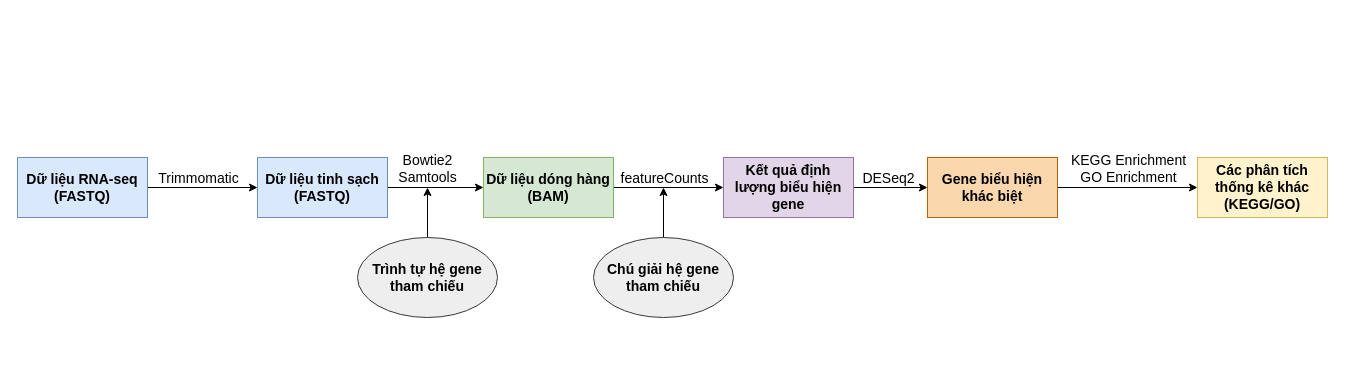
Before: Biểu đồ không có tiêu đề.drawio in Pinballdat/bio-project, a draw.io diagram. Source tidied: cells renumbered, new cells numbered last; positions are measured from the earlier drawing's top-left corner, leaving out a move shared by most shapes. Both pictures are drawn from the tidied source at 100%, with x=0, y=0 at pixel (17, 157).
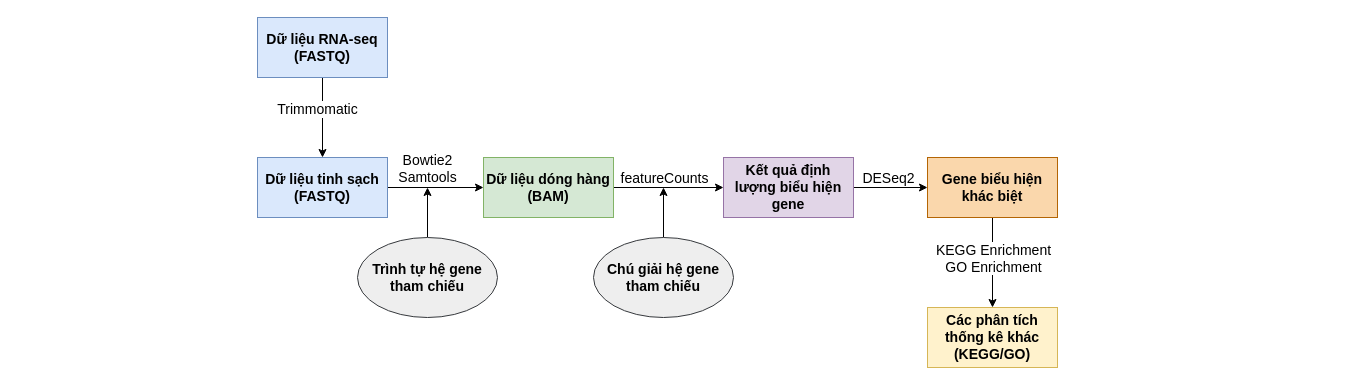
The same diagram, later.

Commit message:
Cập nhật Biểu đồ không có tiêu đề.drawio

The change refers to these unchanged cells:
```xml
<mxCell id="6" value="&lt;font style=&quot;font-size: 14px;&quot;&gt;&lt;font style=&quot;&quot;&gt;&lt;b&gt;Dữ liệu tinh sạch (FASTQ)&lt;/b&gt;&lt;/font&gt;&lt;/font&gt;" style="rounded=0;whiteSpace=wrap;html=1;strokeColor=#6c8ebf;align=center;verticalAlign=middle;fontFamily=Helvetica;fontSize=12;fillColor=#dae8fc;" parent="1" vertex="1">
  <mxGeometry x="240" width="130" height="60" as="geometry" />
</mxCell>
<mxCell id="17" value="&lt;span style=&quot;font-size: 14px;&quot;&gt;&lt;b&gt;Gene biểu hiện khác biệt&lt;/b&gt;&lt;/span&gt;" style="rounded=0;whiteSpace=wrap;html=1;strokeColor=#b46504;align=center;verticalAlign=middle;fontFamily=Helvetica;fontSize=12;fillColor=#fad7ac;" parent="1" vertex="1">
  <mxGeometry x="910" width="130" height="60" as="geometry" />
</mxCell>
```

The edit, as a diff of the source:
```diff
@@
-    <mxCell id="15" style="edgeStyle=orthogonalEdgeStyle;rounded=0;jettySize=auto;html=1;entryX=0;entryY=0.5;entryDx=0;entryDy=0;" parent="1" edge="1" source="17" target="18">
+    <mxCell id="15" style="edgeStyle=orthogonalEdgeStyle;rounded=0;jettySize=auto;html=1;entryX=0.5;entryY=0;entryDx=0;entryDy=0;" parent="1" edge="1" source="17" target="18">
       <mxGeometry relative="1" as="geometry" />
     </mxCell>
     <mxCell id="16" value="&lt;font style=&quot;font-size: 14px;&quot;&gt;KEGG Enrichment&lt;/font&gt;&lt;div&gt;&lt;font style=&quot;font-size: 14px;&quot;&gt;GO Enrichment&lt;/font&gt;&lt;/div&gt;" style="edgeLabel;html=1;align=center;verticalAlign=middle;" parent="15" vertex="1">
       <mxGeometry y="1" relative="1" as="geometry">
-        <mxPoint y="-19" as="offset" />
+        <mxPoint x="-1" y="-5" as="offset" />
       </mxGeometry>
     </mxCell>
@@
     <mxCell id="18" value="&lt;span style=&quot;font-size: 14px;&quot;&gt;&lt;b&gt;Các phân tích thống kê khác (KEGG/GO)&lt;/b&gt;&lt;/span&gt;" style="rounded=0;whiteSpace=wrap;html=1;strokeColor=#d6b656;align=center;verticalAlign=middle;fontFamily=Helvetica;fontSize=12;fillColor=#fff2cc;" parent="1" vertex="1">
-      <mxGeometry x="1180" width="130" height="60" as="geometry" />
+      <mxGeometry x="910" y="150" width="130" height="60" as="geometry" />
     </mxCell>
-    <mxCell id="19" style="edgeStyle=orthogonalEdgeStyle;rounded=0;jettySize=auto;html=1;entryX=0;entryY=0.5;entryDx=0;entryDy=0;" parent="1" edge="1" source="21" target="6">
+    <mxCell id="19" style="edgeStyle=orthogonalEdgeStyle;rounded=0;jettySize=auto;html=1;entryX=0.5;entryY=0;entryDx=0;entryDy=0;" parent="1" edge="1" source="21" target="6">
       <mxGeometry relative="1" as="geometry" />
     </mxCell>
@@
     <mxCell id="21" value="&lt;font style=&quot;font-size: 14px;&quot;&gt;&lt;font style=&quot;&quot;&gt;&lt;b&gt;Dữ liệu RNA-seq (FASTQ)&lt;/b&gt;&lt;/font&gt;&lt;/font&gt;" style="rounded=0;whiteSpace=wrap;html=1;strokeColor=#6c8ebf;align=center;verticalAlign=middle;fontFamily=Helvetica;fontSize=12;fillColor=#dae8fc;" parent="1" vertex="1">
-      <mxGeometry width="130" height="60" as="geometry" />
+      <mxGeometry x="240" y="-140" width="130" height="60" as="geometry" />
     </mxCell>
```
